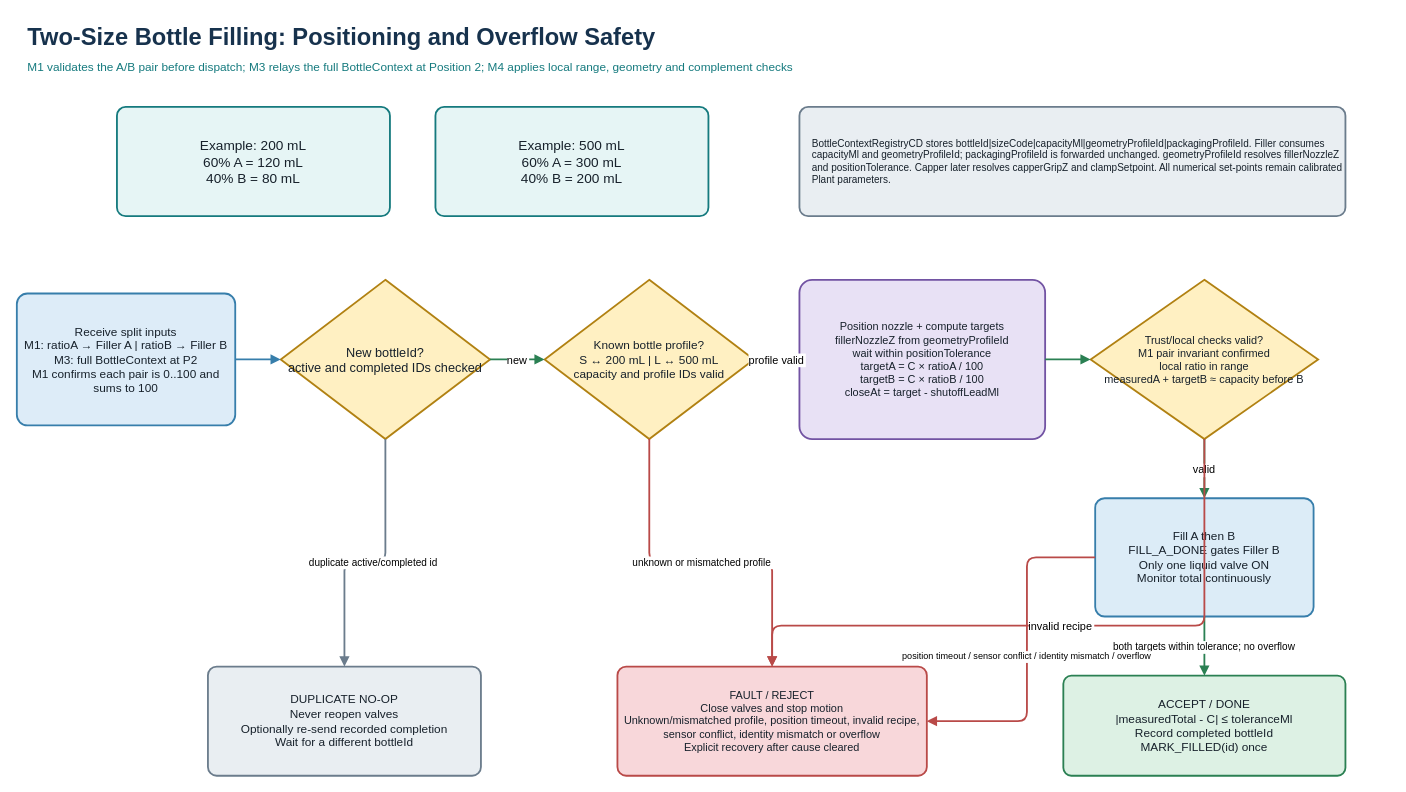
Before: page "6 Two-Size Filling and Safety" (5 of 7) of docs/COMPSYS704_M4_Diagrams.drawio in solomonyeUOA/COMPSYS704_Project1, a draw.io diagram. Source tidied: cells renumbered, new cells numbered last; positions are measured from the earlier drawing's top-left corner, leaving out a move shared by most shapes. Both pictures are drawn from the tidied source at 91%, with x=0, y=0 at pixel (16, 15).
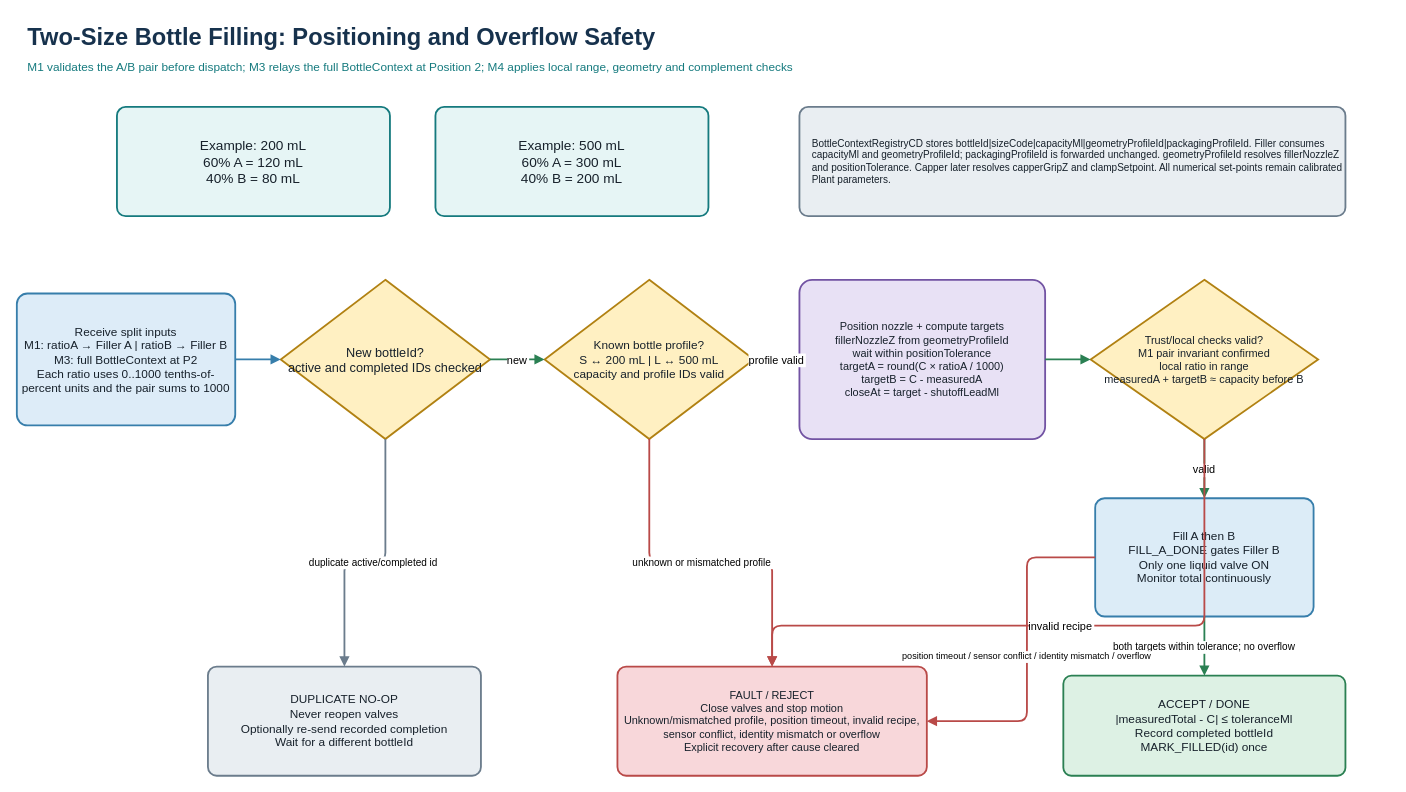
The same diagram, later.

Change to the diagram source:
```diff
@@
-    <mxCell id="4" value="Receive split inputs&#10;M1: ratioA → Filler A | ratioB → Filler B&#10;M3: full BottleContext at P2&#10;M1 confirms each pair is 0..100 and sums to 100" style="rounded=1;whiteSpace=wrap;html=0;fillColor=#DDECF8;strokeColor=#377EAB;strokeWidth=2;fontSize=13;fontColor=#17212B;align=center;verticalAlign=middle;arcSize=8;" parent="1" vertex="1">
+    <mxCell id="4" value="Receive split inputs&#10;M1: ratioA → Filler A | ratioB → Filler B&#10;M3: full BottleContext at P2&#10;Each ratio uses 0..1000 tenths-of-percent units and the pair sums to 1000" style="rounded=1;whiteSpace=wrap;html=0;fillColor=#DDECF8;strokeColor=#377EAB;strokeWidth=2;fontSize=13;fontColor=#17212B;align=center;verticalAlign=middle;arcSize=8;" parent="1" vertex="1">
       <mxGeometry y="305" width="240" height="145" as="geometry" />
     </mxCell>
@@
-    <mxCell id="7" value="Position nozzle + compute targets&#10;fillerNozzleZ from geometryProfileId&#10;wait within positionTolerance&#10;targetA = C × ratioA / 100&#10;targetB = C × ratioB / 100&#10;closeAt = target - shutoffLeadMl" style="rounded=1;whiteSpace=wrap;html=0;fillColor=#E8E1F5;strokeColor=#7253A3;strokeWidth=2;fontSize=12;fontColor=#17212B;align=center;verticalAlign=middle;arcSize=8;" parent="1" vertex="1">
+    <mxCell id="7" value="Position nozzle + compute targets&#10;fillerNozzleZ from geometryProfileId&#10;wait within positionTolerance&#10;targetA = round(C × ratioA / 1000)&#10;targetB = C - measuredA&#10;closeAt = target - shutoffLeadMl" style="rounded=1;whiteSpace=wrap;html=0;fillColor=#E8E1F5;strokeColor=#7253A3;strokeWidth=2;fontSize=12;fontColor=#17212B;align=center;verticalAlign=middle;arcSize=8;" parent="1" vertex="1">
       <mxGeometry x="860" y="290" width="270" height="175" as="geometry" />
     </mxCell>
```
